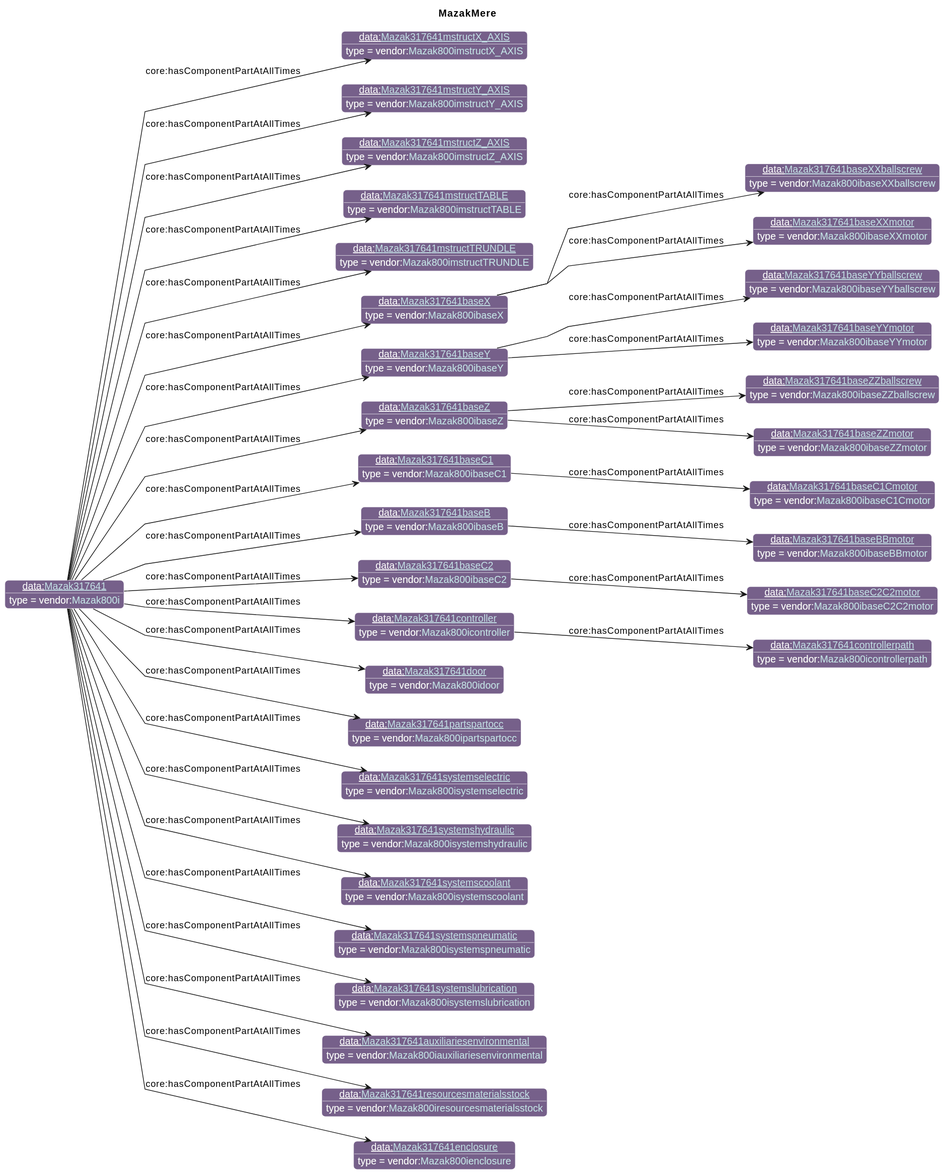
Earlier version of the PlantUML export diagrams/MazakMere.svg (iofoundry/example-syseng-mtconnect).
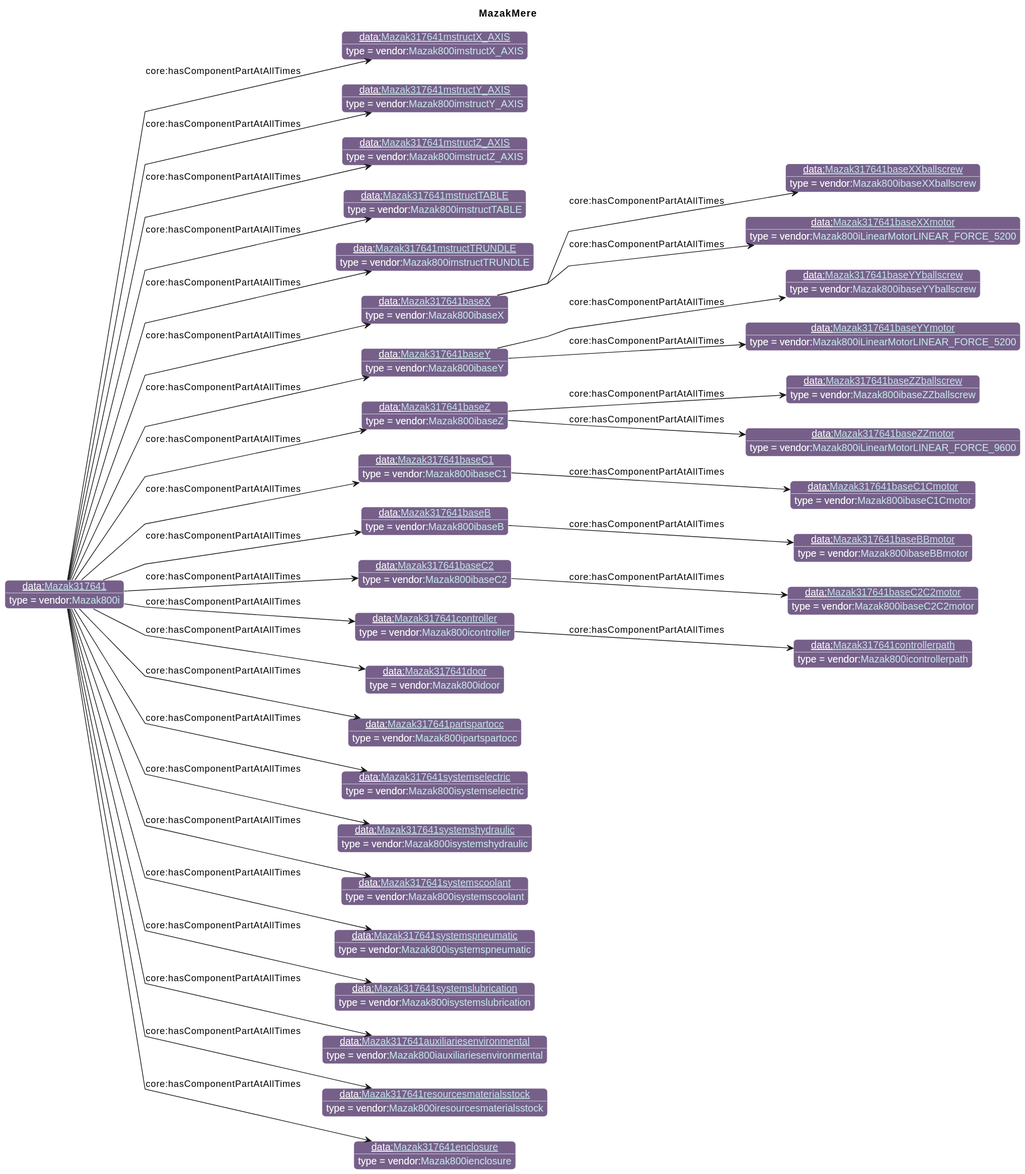
The same file after the commit.

Diff of the diagram source:
```diff
@@ -33,13 +33,13 @@
 individual(o5, data:[[./Mazak317641mstructTRUNDLE.html Mazak317641mstructTRUNDLE]], vendor:[[../Mazak.html#Mazak800imstructTRUNDLE Mazak800imstructTRUNDLE]])
 individual(o6, data:[[./Mazak317641baseX.html Mazak317641baseX]], vendor:[[../Mazak.html#Mazak800ibaseX Mazak800ibaseX]])
 individual(o7, data:[[./Mazak317641baseXXballscrew.html Mazak317641baseXXballscrew]], vendor:[[../Mazak.html#Mazak800ibaseXXballscrew Mazak800ibaseXXballscrew]])
-individual(o8, data:[[./Mazak317641baseXXmotor.html Mazak317641baseXXmotor]], vendor:[[../Mazak.html#Mazak800ibaseXXmotor Mazak800ibaseXXmotor]])
+individual(o8, data:[[./Mazak317641baseXXmotor.html Mazak317641baseXXmotor]], vendor:[[../Mazak.html#Mazak800iLinearMotorLINEAR_FORCE_5200 Mazak800iLinearMotorLINEAR_FORCE_5200]])
 individual(o9, data:[[./Mazak317641baseY.html Mazak317641baseY]], vendor:[[../Mazak.html#Mazak800ibaseY Mazak800ibaseY]])
 individual(o10, data:[[./Mazak317641baseYYballscrew.html Mazak317641baseYYballscrew]], vendor:[[../Mazak.html#Mazak800ibaseYYballscrew Mazak800ibaseYYballscrew]])
-individual(o11, data:[[./Mazak317641baseYYmotor.html Mazak317641baseYYmotor]], vendor:[[../Mazak.html#Mazak800ibaseYYmotor Mazak800ibaseYYmotor]])
+individual(o11, data:[[./Mazak317641baseYYmotor.html Mazak317641baseYYmotor]], vendor:[[../Mazak.html#Mazak800iLinearMotorLINEAR_FORCE_5200 Mazak800iLinearMotorLINEAR_FORCE_5200]])
 individual(o12, data:[[./Mazak317641baseZ.html Mazak317641baseZ]], vendor:[[../Mazak.html#Mazak800ibaseZ Mazak800ibaseZ]])
 individual(o13, data:[[./Mazak317641baseZZballscrew.html Mazak317641baseZZballscrew]], vendor:[[../Mazak.html#Mazak800ibaseZZballscrew Mazak800ibaseZZballscrew]])
-individual(o14, data:[[./Mazak317641baseZZmotor.html Mazak317641baseZZmotor]], vendor:[[../Mazak.html#Mazak800ibaseZZmotor Mazak800ibaseZZmotor]])
+individual(o14, data:[[./Mazak317641baseZZmotor.html Mazak317641baseZZmotor]], vendor:[[../Mazak.html#Mazak800iLinearMotorLINEAR_FORCE_9600 Mazak800iLinearMotorLINEAR_FORCE_9600]])
 individual(o15, data:[[./Mazak317641baseC1.html Mazak317641baseC1]], vendor:[[../Mazak.html#Mazak800ibaseC1 Mazak800ibaseC1]])
 individual(o16, data:[[./Mazak317641baseC1Cmotor.html Mazak317641baseC1Cmotor]], vendor:[[../Mazak.html#Mazak800ibaseC1Cmotor Mazak800ibaseC1Cmotor]])
 individual(o17, data:[[./Mazak317641baseB.html Mazak317641baseB]], vendor:[[../Mazak.html#Mazak800ibaseB Mazak800ibaseB]])
```
